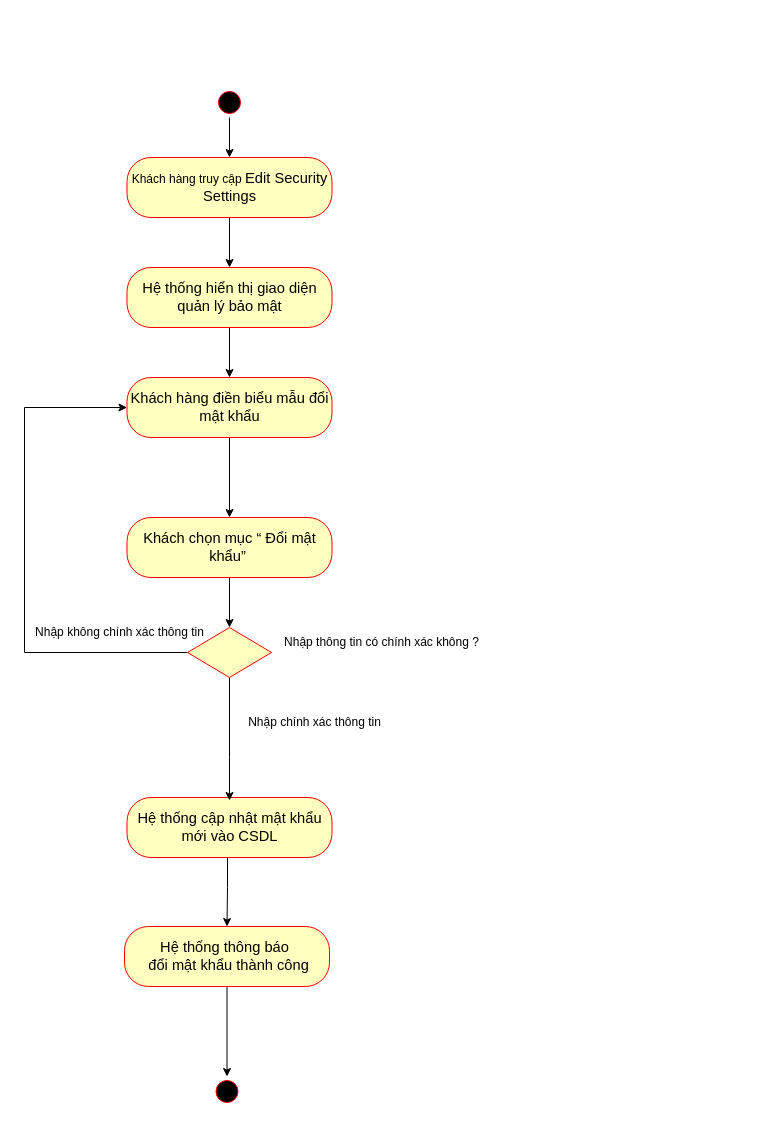
Above: Nam3_HK1/CNPM_SoftTech/Activity Diagrams/Linh Quân/AD_ĐổiMậtKhẩu.drawio in EdgarIgnite16/SGU-Course (draw.io), before the change. Source tidied: cells renumbered, new cells numbered last; positions are measured from the earlier drawing's top-left corner, leaving out a move shared by most shapes. Both pictures are drawn from the tidied source at 100%, with x=0, y=0 at pixel (24, 87).
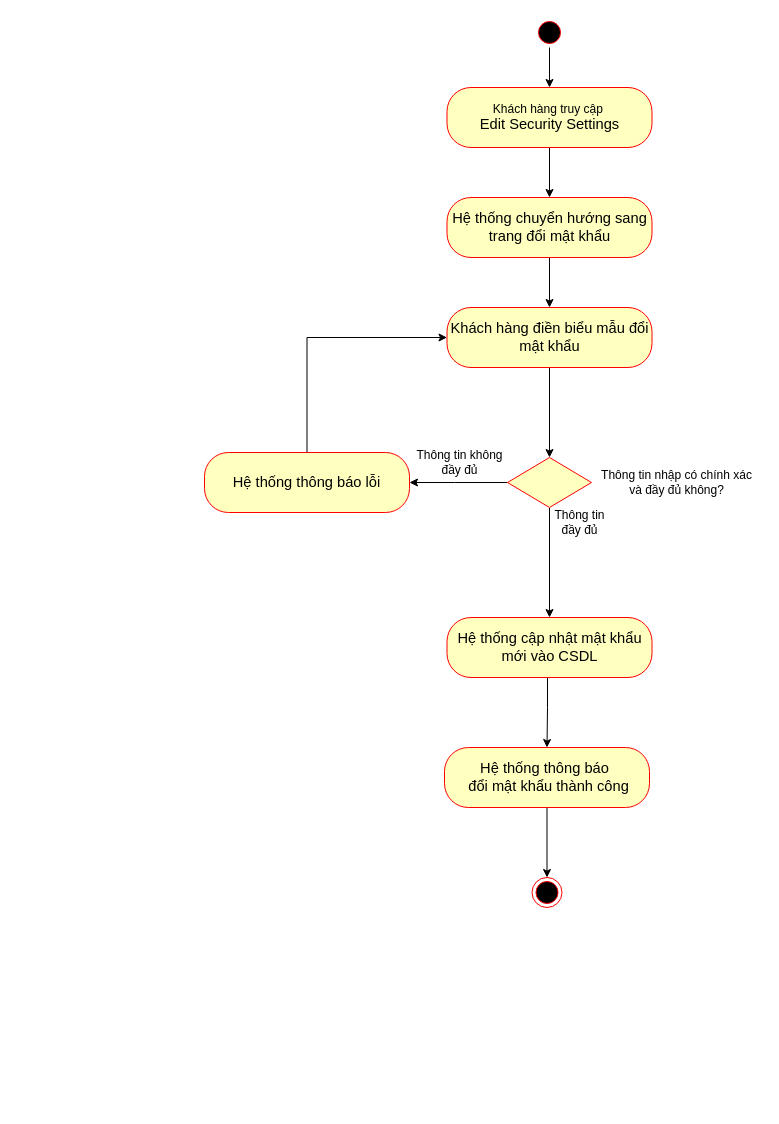
After the change.

What changed in the source:
```diff
@@
     <mxCell id="2" style="ellipse;html=1;shape=startState;fillColor=#000000;strokeColor=#ff0000;fontFamily=Helvetica;" parent="1" vertex="1">
-      <mxGeometry x="190" width="30" height="30" as="geometry" />
+      <mxGeometry x="510" y="-70" width="30" height="30" as="geometry" />
     </mxCell>
@@
-    <mxCell id="4" value="Khách hàng truy cập&amp;nbsp;&lt;span id=&quot;docs-internal-guid-c46157a8-7fff-599b-7e33-ecd2c7dca1f7&quot;&gt;&lt;span style=&quot;font-size: 11pt; font-family: Calibri, sans-serif; background-color: transparent; font-variant-numeric: normal; font-variant-east-asian: normal; vertical-align: baseline;&quot;&gt;Edit Security Settings&lt;/span&gt;&lt;/span&gt;" style="rounded=1;whiteSpace=wrap;html=1;arcSize=40;fontColor=#000000;fillColor=#ffffc0;strokeColor=#ff0000;fontFamily=Helvetica;" parent="1" vertex="1">
-      <mxGeometry x="102.5" y="70" width="205" height="60" as="geometry" />
+    <mxCell id="4" value="Khách hàng truy cập&amp;nbsp;&lt;br&gt;&lt;span id=&quot;docs-internal-guid-c46157a8-7fff-599b-7e33-ecd2c7dca1f7&quot;&gt;&lt;span style=&quot;font-size: 11pt ; font-family: &amp;#34;calibri&amp;#34; , sans-serif ; background-color: transparent ; vertical-align: baseline&quot;&gt;Edit Security Settings&lt;/span&gt;&lt;/span&gt;" style="rounded=1;whiteSpace=wrap;html=1;arcSize=40;fontColor=#000000;fillColor=#ffffc0;strokeColor=#ff0000;fontFamily=Helvetica;" parent="1" vertex="1">
+      <mxGeometry x="422.5" width="205" height="60" as="geometry" />
     </mxCell>
@@
-    <mxCell id="7" value="&lt;span id=&quot;docs-internal-guid-7bbbeb5b-7fff-5ca4-90aa-0212f282a2bc&quot;&gt;&lt;p style=&quot;line-height:1.2;margin-top:0pt;margin-bottom:0pt;&quot; dir=&quot;ltr&quot;&gt;&lt;span id=&quot;docs-internal-guid-22c4adf3-7fff-aac8-0c8c-646d39f8e503&quot;&gt;&lt;/span&gt;&lt;/p&gt;&lt;p style=&quot;line-height:1.2;margin-top:0pt;margin-bottom:0pt;&quot; dir=&quot;ltr&quot;&gt;&lt;span style=&quot;font-size: 11pt; font-family: Calibri, sans-serif; color: rgb(0, 0, 0); background-color: transparent; font-weight: 400; font-style: normal; font-variant: normal; text-decoration: none; vertical-align: baseline;&quot;&gt;Hệ thống hiển thị giao diện quản lý bảo mật&lt;/span&gt;&lt;/p&gt;&lt;/span&gt;" style="rounded=1;whiteSpace=wrap;html=1;arcSize=40;fontColor=#000000;fillColor=#ffffc0;strokeColor=#ff0000;fontFamily=Helvetica;" parent="1" vertex="1">
-      <mxGeometry x="102.5" y="180" width="205" height="60" as="geometry" />
+    <mxCell id="7" value="&lt;span id=&quot;docs-internal-guid-7bbbeb5b-7fff-5ca4-90aa-0212f282a2bc&quot; style=&quot;font-size: 14.6667px&quot;&gt;&lt;font face=&quot;calibri, sans-serif&quot;&gt;&lt;p style=&quot;line-height: 1.2 ; margin-top: 0pt ; margin-bottom: 0pt&quot; dir=&quot;ltr&quot;&gt;&lt;span id=&quot;docs-internal-guid-22c4adf3-7fff-aac8-0c8c-646d39f8e503&quot;&gt;&lt;/span&gt;&lt;/p&gt;&lt;p style=&quot;line-height: 1.2 ; margin-top: 0pt ; margin-bottom: 0pt&quot; dir=&quot;ltr&quot;&gt;Hệ thống chuyển hướng sang&lt;/p&gt;&lt;p style=&quot;line-height: 1.2 ; margin-top: 0pt ; margin-bottom: 0pt&quot; dir=&quot;ltr&quot;&gt;trang đổi mật khẩu&lt;/p&gt;&lt;/font&gt;&lt;/span&gt;" style="rounded=1;whiteSpace=wrap;html=1;arcSize=40;fontColor=#000000;fillColor=#ffffc0;strokeColor=#ff0000;fontFamily=Helvetica;" parent="1" vertex="1">
+      <mxGeometry x="422.5" y="110" width="205" height="60" as="geometry" />
     </mxCell>
-    <mxCell id="8" style="edgeStyle=orthogonalEdgeStyle;rounded=0;jettySize=auto;html=1;entryX=0.5;entryY=0;entryDx=0;entryDy=0;startArrow=none;startFill=0;endArrow=classic;endFill=1;" parent="1" edge="1" source="9" target="11">
+    <mxCell id="8" style="edgeStyle=orthogonalEdgeStyle;rounded=0;jettySize=auto;html=1;startArrow=none;startFill=0;endArrow=classic;endFill=1;" parent="1" edge="1" source="9" target="20">
       <mxGeometry relative="1" as="geometry" />
     </mxCell>
     <mxCell id="9" value="&lt;span id=&quot;docs-internal-guid-7bbbeb5b-7fff-5ca4-90aa-0212f282a2bc&quot;&gt;&lt;p style=&quot;line-height:1.2;margin-top:0pt;margin-bottom:0pt;&quot; dir=&quot;ltr&quot;&gt;&lt;span id=&quot;docs-internal-guid-923ac060-7fff-1fe2-8774-9114eb841b8d&quot;&gt;&lt;/span&gt;&lt;/p&gt;&lt;p style=&quot;line-height:1.2;margin-top:0pt;margin-bottom:0pt;&quot; dir=&quot;ltr&quot;&gt;&lt;span id=&quot;docs-internal-guid-e6479881-7fff-e8f2-3632-55e04f98d774&quot;&gt;&lt;span style=&quot;font-size: 11pt; font-family: Calibri, sans-serif; background-color: transparent; font-variant-numeric: normal; font-variant-east-asian: normal; vertical-align: baseline;&quot;&gt;Khách hàng điền biểu mẫu đổi mật khẩu&lt;/span&gt;&lt;/span&gt;&lt;br&gt;&lt;/p&gt;&lt;/span&gt;" style="rounded=1;whiteSpace=wrap;html=1;arcSize=40;fontColor=#000000;fillColor=#ffffc0;strokeColor=#ff0000;fontFamily=Helvetica;" parent="1" vertex="1">
-      <mxGeometry x="102.5" y="290" width="205" height="60" as="geometry" />
+      <mxGeometry x="422.5" y="220" width="205" height="60" as="geometry" />
     </mxCell>
-    <mxCell id="10" style="edgeStyle=orthogonalEdgeStyle;rounded=0;jettySize=auto;html=1;" parent="1" edge="1" source="11" target="20">
-      <mxGeometry relative="1" as="geometry" />
-    </mxCell>
-    <mxCell id="11" value="&lt;span id=&quot;docs-internal-guid-7bbbeb5b-7fff-5ca4-90aa-0212f282a2bc&quot;&gt;&lt;p style=&quot;line-height:1.2;margin-top:0pt;margin-bottom:0pt;&quot; dir=&quot;ltr&quot;&gt;&lt;span id=&quot;docs-internal-guid-923ac060-7fff-1fe2-8774-9114eb841b8d&quot;&gt;&lt;/span&gt;&lt;/p&gt;&lt;p style=&quot;line-height:1.2;margin-top:0pt;margin-bottom:0pt;&quot; dir=&quot;ltr&quot;&gt;&lt;span style=&quot;font-size: 11pt; font-family: Calibri, sans-serif; color: rgb(0, 0, 0); background-color: transparent; font-weight: 400; font-style: normal; font-variant: normal; text-decoration: none; vertical-align: baseline;&quot;&gt;Khách c&lt;span id=&quot;docs-internal-guid-a892af08-7fff-4648-7f8b-b3ca755fa5f3&quot;&gt;&lt;span style=&quot;font-size: 11pt; background-color: transparent; font-variant-numeric: normal; font-variant-east-asian: normal; vertical-align: baseline;&quot;&gt;họn mục “ Đổi mật khẩu”&lt;/span&gt;&lt;/span&gt;&amp;nbsp;&lt;/span&gt;&lt;/p&gt;&lt;/span&gt;" style="rounded=1;whiteSpace=wrap;html=1;arcSize=40;fontColor=#000000;fillColor=#ffffc0;strokeColor=#ff0000;fontFamily=Helvetica;" parent="1" vertex="1">
-      <mxGeometry x="102.5" y="430" width="205" height="60" as="geometry" />
-    </mxCell>
-    <mxCell id="12" style="ellipse;html=1;shape=startState;fillColor=#000000;strokeColor=#ff0000;fontFamily=Helvetica;" parent="1" vertex="1">
-      <mxGeometry x="187.5" y="849" width="30" height="30" as="geometry" />
-    </mxCell>
     <mxCell id="13" style="edgeStyle=orthogonalEdgeStyle;rounded=0;jettySize=auto;html=1;entryX=0.5;entryY=0;entryDx=0;entryDy=0;" parent="1" edge="1" target="16">
       <mxGeometry relative="1" as="geometry">
-        <mxPoint x="210" y="760" as="sourcePoint" />
+        <mxPoint x="530" y="580" as="sourcePoint" />
         <Array as="points">
-          <mxPoint x="203" y="760" />
-          <mxPoint x="203" y="800" />
+          <mxPoint x="523" y="580" />
+          <mxPoint x="523" y="620" />
         </Array>
       </mxGeometry>
     </mxCell>
     <mxCell id="14" value="&lt;font face=&quot;calibri, sans-serif&quot;&gt;&lt;span style=&quot;font-size: 14.6667px;&quot;&gt;Hệ thống cập nhật mật khẩu mới vào CSDL&lt;/span&gt;&lt;/font&gt;" style="rounded=1;whiteSpace=wrap;html=1;arcSize=40;fontColor=#000000;fillColor=#ffffc0;strokeColor=#ff0000;fontFamily=Helvetica;" parent="1" vertex="1">
-      <mxGeometry x="102.5" y="710" width="205" height="60" as="geometry" />
+      <mxGeometry x="422.5" y="530" width="205" height="60" as="geometry" />
     </mxCell>
-    <mxCell id="15" style="edgeStyle=orthogonalEdgeStyle;rounded=0;jettySize=auto;html=1;entryX=0.5;entryY=0;entryDx=0;entryDy=0;" parent="1" edge="1" source="16" target="17">
+    <mxCell id="15" style="edgeStyle=orthogonalEdgeStyle;rounded=0;jettySize=auto;html=1;" parent="1" edge="1" source="16" target="24">
       <mxGeometry relative="1" as="geometry" />
     </mxCell>
     <mxCell id="16" value="&lt;font face=&quot;calibri, sans-serif&quot;&gt;&lt;span style=&quot;font-size: 14.6667px&quot;&gt;Hệ thống thông báo&amp;nbsp;&lt;/span&gt;&lt;/font&gt;&lt;span id=&quot;docs-internal-guid-1d08b6fa-7fff-2942-9679-0affb5d9a435&quot;&gt;&lt;p style=&quot;line-height:1.2;margin-top:0pt;margin-bottom:0pt;&quot; dir=&quot;ltr&quot;&gt;&lt;span style=&quot;font-size: 11pt; font-family: Calibri, sans-serif; background-color: transparent; font-variant-numeric: normal; font-variant-east-asian: normal; vertical-align: baseline;&quot;&gt;&amp;nbsp;đổi mật khẩu thành công&lt;/span&gt;&lt;/p&gt;&lt;/span&gt;" style="rounded=1;whiteSpace=wrap;html=1;arcSize=40;fontColor=#000000;fillColor=#ffffc0;strokeColor=#ff0000;fontFamily=Helvetica;" parent="1" vertex="1">
-      <mxGeometry x="100" y="839" width="205" height="60" as="geometry" />
+      <mxGeometry x="420" y="660" width="205" height="60" as="geometry" />
     </mxCell>
-    <mxCell id="17" style="ellipse;html=1;shape=startState;fillColor=#000000;strokeColor=#ff0000;fontFamily=Helvetica;" parent="1" vertex="1">
-      <mxGeometry x="187.5" y="989" width="30" height="30" as="geometry" />
-    </mxCell>
-    <mxCell id="18" style="edgeStyle=orthogonalEdgeStyle;rounded=0;jettySize=auto;html=1;entryX=0;entryY=0.5;entryDx=0;entryDy=0;" parent="1" edge="1" source="20" target="9">
+    <mxCell id="18" style="edgeStyle=orthogonalEdgeStyle;rounded=0;jettySize=auto;html=1;" parent="1" edge="1" source="20" target="26">
       <mxGeometry relative="1" as="geometry">
         <Array as="points">
-          <mxPoint y="565" />
-          <mxPoint y="320" />
+          <mxPoint x="430" y="395" />
+          <mxPoint x="430" y="395" />
         </Array>
       </mxGeometry>
     </mxCell>
-    <mxCell id="19" style="edgeStyle=orthogonalEdgeStyle;rounded=0;jettySize=auto;html=1;" parent="1" edge="1" source="20">
-      <mxGeometry relative="1" as="geometry">
-        <mxPoint x="205" y="713" as="targetPoint" />
-        <Array as="points">
-          <mxPoint x="205" y="670" />
-          <mxPoint x="205" y="670" />
-        </Array>
-      </mxGeometry>
+    <mxCell id="19" style="edgeStyle=orthogonalEdgeStyle;rounded=0;jettySize=auto;html=1;" parent="1" edge="1" source="20" target="14">
+      <mxGeometry relative="1" as="geometry" />
     </mxCell>
     <mxCell id="20" style="rhombus;whiteSpace=wrap;html=1;fillColor=#ffffc0;strokeColor=#ff0000;fontFamily=Helvetica;" parent="1" vertex="1">
-      <mxGeometry x="163" y="540" width="84" height="50" as="geometry" />
+      <mxGeometry x="483" y="370" width="84" height="50" as="geometry" />
     </mxCell>
-    <mxCell id="21" value="Nhập thông tin có chính xác không ?" style="text;html=1;align=center;verticalAlign=middle;strokeColor=none;fillColor=none;" parent="1" vertex="1">
-      <mxGeometry x="247" y="540" width="220" height="30" as="geometry" />
+    <mxCell id="21" value="Thông tin nhập có chính xác &lt;br&gt;và đầy đủ không?" style="text;html=1;align=center;verticalAlign=middle;strokeColor=none;fillColor=none;" parent="1" vertex="1">
+      <mxGeometry x="567" y="380" width="170" height="30" as="geometry" />
     </mxCell>
-    <mxCell id="22" value="Nhập không chính xác thông tin" style="text;html=1;align=center;verticalAlign=middle;strokeColor=none;fillColor=none;" parent="1" vertex="1">
-      <mxGeometry y="530" width="190" height="30" as="geometry" />
+    <mxCell id="22" value="Thông tin không&lt;br&gt;đầy đủ" style="text;html=1;align=center;verticalAlign=middle;strokeColor=none;fillColor=none;" parent="1" vertex="1">
+      <mxGeometry x="385" y="360" width="100" height="30" as="geometry" />
     </mxCell>
-    <mxCell id="23" value="Nhập chính xác thông tin" style="text;html=1;align=center;verticalAlign=middle;strokeColor=none;fillColor=none;" parent="1" vertex="1">
-      <mxGeometry x="210" y="620" width="160" height="30" as="geometry" />
+    <mxCell id="23" value="Thông tin&lt;br&gt;đầy đủ" style="text;html=1;align=center;verticalAlign=middle;strokeColor=none;fillColor=none;" parent="1" vertex="1">
+      <mxGeometry x="520" y="420" width="70" height="30" as="geometry" />
     </mxCell>
+    <mxCell id="24" style="ellipse;html=1;shape=endState;fillColor=#000000;strokeColor=#ff0000;" parent="1" vertex="1">
+      <mxGeometry x="507.5" y="790" width="30" height="30" as="geometry" />
+    </mxCell>
+    <mxCell id="25" style="edgeStyle=orthogonalEdgeStyle;rounded=0;jettySize=auto;html=1;" parent="1" edge="1" source="26" target="9">
+      <mxGeometry relative="1" as="geometry">
+        <Array as="points">
+          <mxPoint x="283" y="250" />
+        </Array>
+      </mxGeometry>
+    </mxCell>
+    <mxCell id="26" value="&lt;span id=&quot;docs-internal-guid-7bbbeb5b-7fff-5ca4-90aa-0212f282a2bc&quot;&gt;&lt;p style=&quot;line-height: 1.2 ; margin-top: 0pt ; margin-bottom: 0pt&quot; dir=&quot;ltr&quot;&gt;&lt;span id=&quot;docs-internal-guid-923ac060-7fff-1fe2-8774-9114eb841b8d&quot;&gt;&lt;/span&gt;&lt;/p&gt;&lt;p style=&quot;line-height: 1.2 ; margin-top: 0pt ; margin-bottom: 0pt&quot; dir=&quot;ltr&quot;&gt;&lt;span id=&quot;docs-internal-guid-e6479881-7fff-e8f2-3632-55e04f98d774&quot;&gt;&lt;span style=&quot;font-size: 11pt ; font-family: &amp;#34;calibri&amp;#34; , sans-serif ; background-color: transparent ; vertical-align: baseline&quot;&gt;Hệ thống thông báo lỗi&lt;/span&gt;&lt;/span&gt;&lt;br&gt;&lt;/p&gt;&lt;/span&gt;" style="rounded=1;whiteSpace=wrap;html=1;arcSize=40;fontColor=#000000;fillColor=#ffffc0;strokeColor=#ff0000;fontFamily=Helvetica;" parent="1" vertex="1">
+      <mxGeometry x="180" y="365" width="205" height="60" as="geometry" />
+    </mxCell>
```
